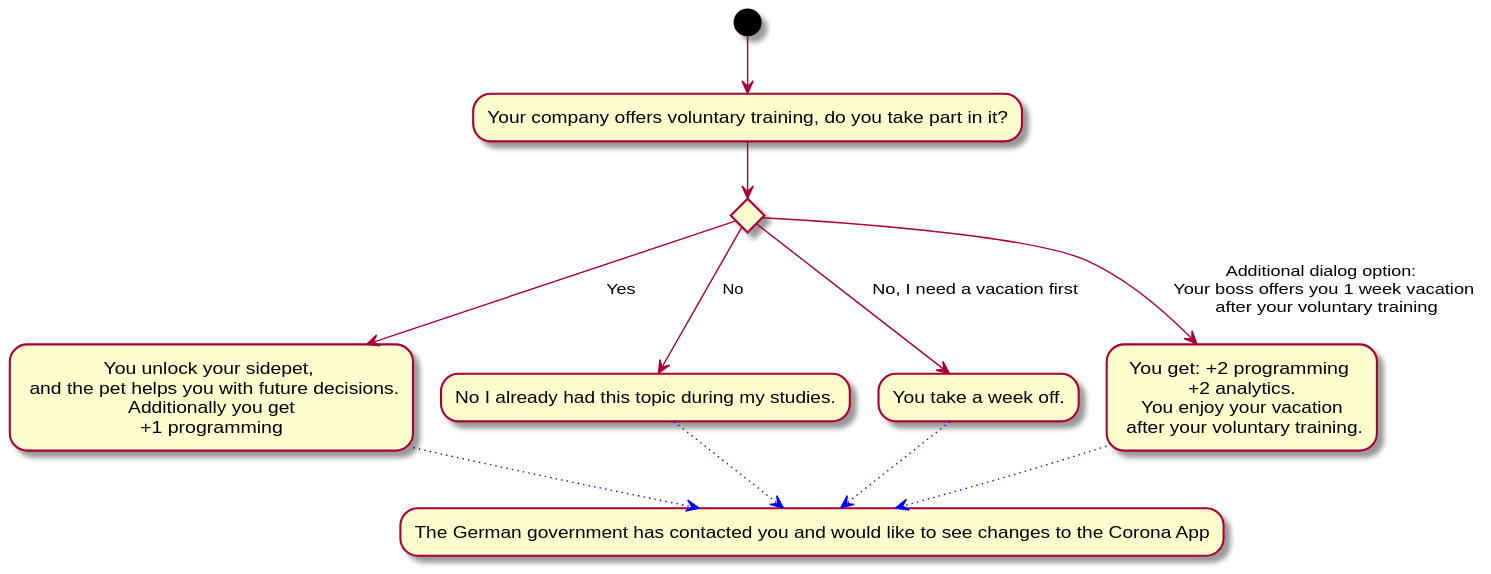
This is Docs/Technical Specifications/docs/diagrams/StoryFlow/StoryFlow_Decision_9.svg from Brotenko/QualityQuest, a PlantUML export, as it was before one commit.
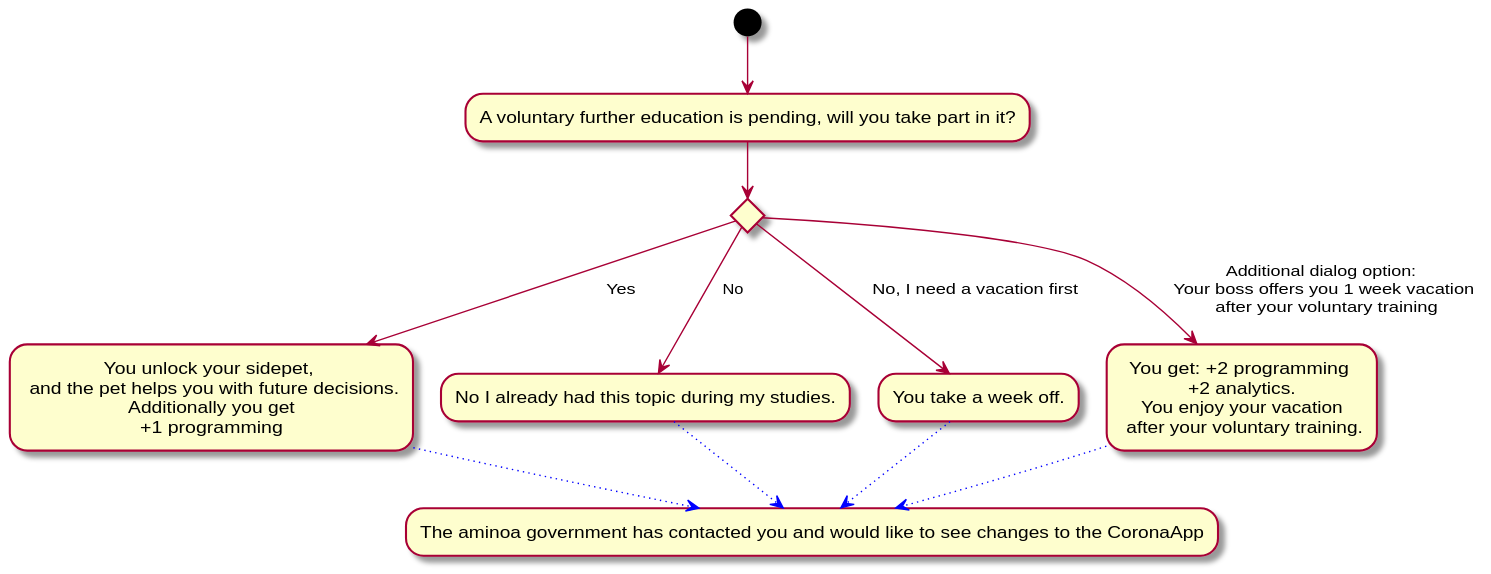
Later version of the same file.

Change to the diagram source:
```diff
@@ -1,5 +1,5 @@
 @startuml
-(*) --> "Your company offers voluntary training, do you take part in it?"
+(*) --> "A voluntary further education is pending, will you take part in it?"
 
 if "" then
 --> [Yes] "You unlock your sidepet, \n and the pet helps you with future decisions.\n Additionally you get \n+1 programming" as a1
@@ -10,8 +10,7 @@
 else
 --> [Additional dialog option: \n Your boss offers you 1 week vacation \n after your voluntary training] "You get: +2 programming \n +2 analytics. \n You enjoy your vacation \n after your voluntary training."
 endif
-
--[#blue,dotted]-> "The German government has contacted you and would like to see changes to the Corona App" as app
+-[#blue,dotted]-> "The aminoa government has contacted you and would like to see changes to the CoronaApp" as app
 a2 -[#blue,dotted]-> app
 a1 -[#blue,dotted]-> app
 a3 -[#blue,dotted]-> app
```
